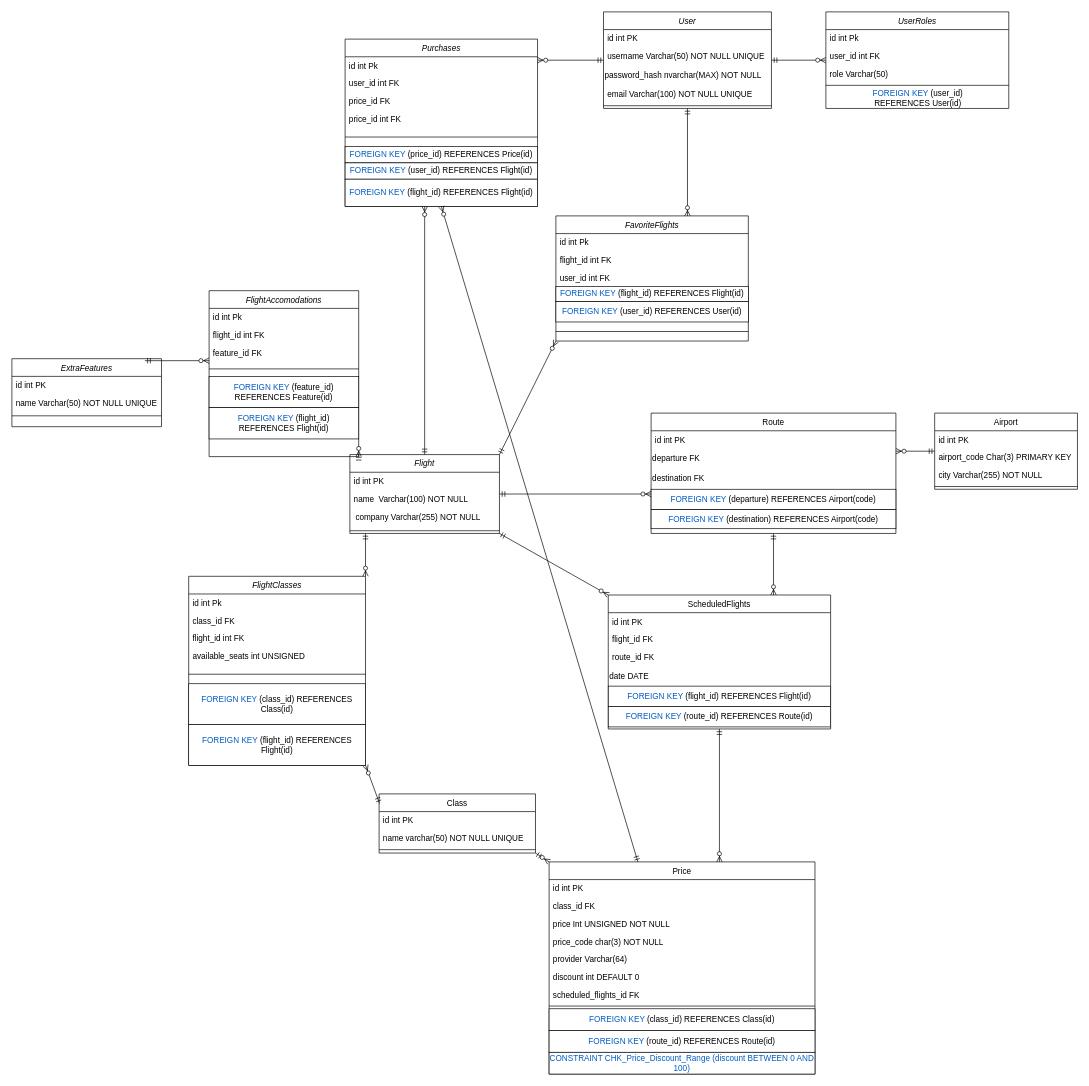
Earlier version of the draw.io diagram backend-Idata2306/Resources/database_flights.drawio (Osterie/IDATA2301_IDATA2306_GROUP_7). Source tidied: cells renumbered, new cells numbered last; positions are measured from the earlier drawing's top-left corner, leaving out a move shared by most shapes. Both pictures are drawn from the tidied source at 68%, with x=0, y=0 at pixel (12, 12).
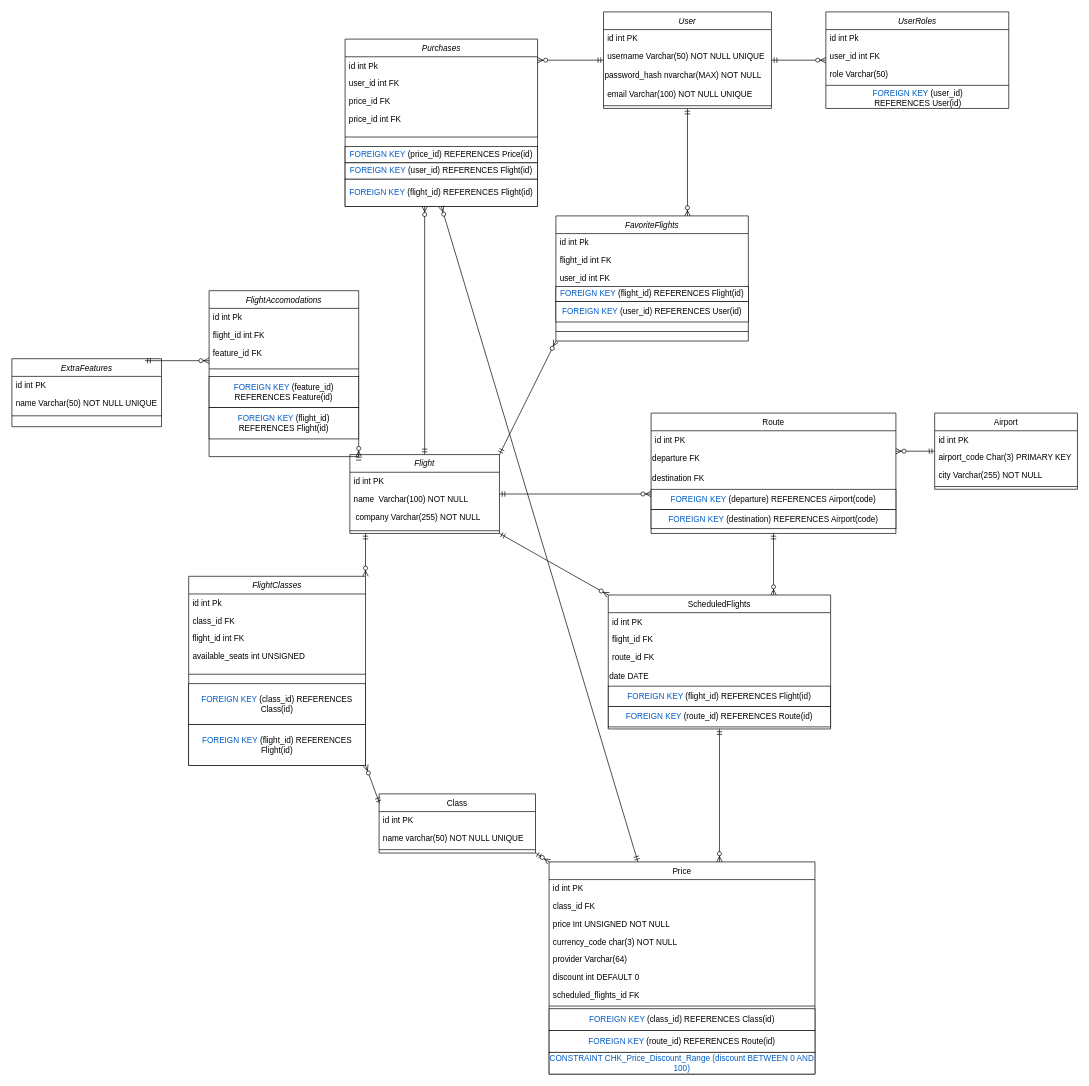
After the change.

Unchanged cells that the change refers to:
```xml
<mxCell id="70" value="Price" style="swimlane;fontStyle=0;align=center;verticalAlign=top;horizontal=1;startSize=26;rounded=0;shadow=0;strokeWidth=1;" parent="1" vertex="1">
  <mxGeometry x="790" y="1250" width="391" height="312" as="geometry" />
</mxCell>
```

Diff of the diagram source:
```diff
@@
-    <mxCell id="74" value="price_code char(3) NOT NULL" style="text;align=left;verticalAlign=top;spacingLeft=4;spacingRight=4;overflow=hidden;rounded=0;shadow=0;html=0;" parent="70" vertex="1">
+    <mxCell id="74" value="currency_code char(3) NOT NULL" style="text;align=left;verticalAlign=top;spacingLeft=4;spacingRight=4;overflow=hidden;rounded=0;shadow=0;html=0;" parent="70" vertex="1">
       <mxGeometry y="104" width="391" height="26" as="geometry" />
     </mxCell>
```
